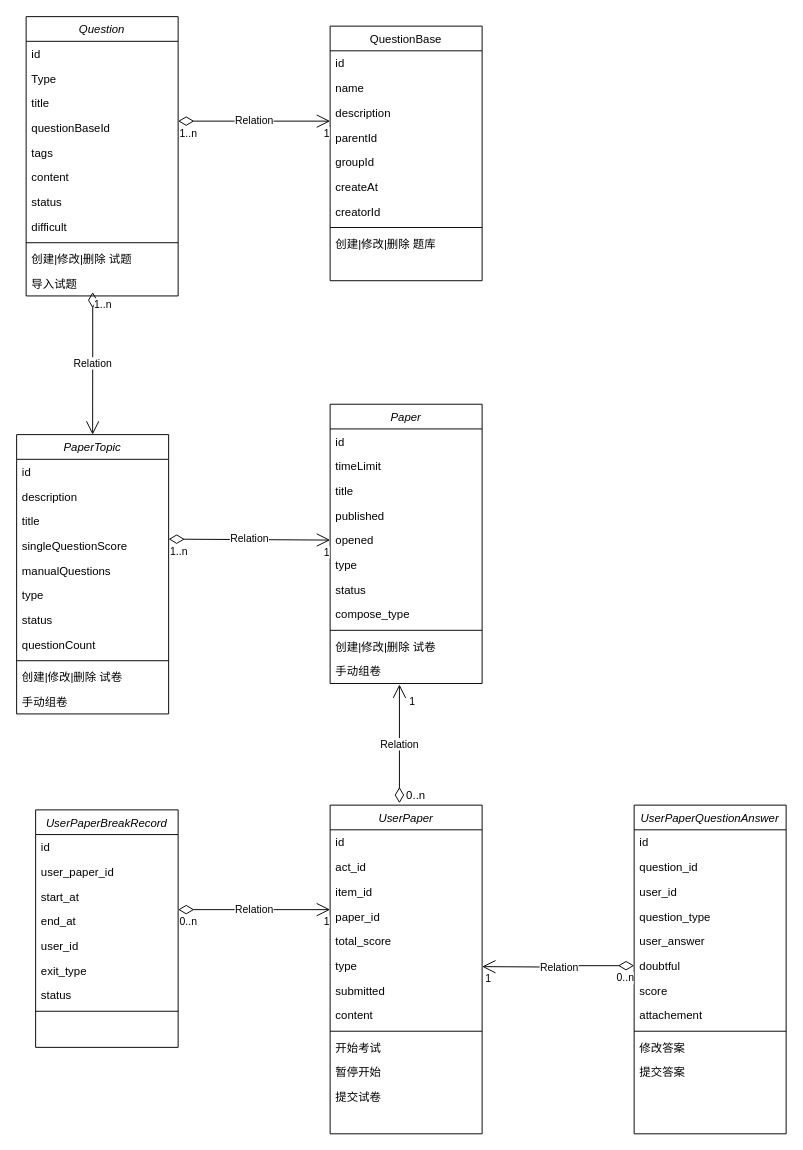
Before: 考试.drawio in zhaoShuang1/demo, a draw.io diagram. Source tidied: cells renumbered, new cells numbered last; positions are measured from the earlier drawing's top-left corner, leaving out a move shared by most shapes. Both pictures are drawn from the tidied source at 95%, with x=0, y=0 at pixel (16, 16).
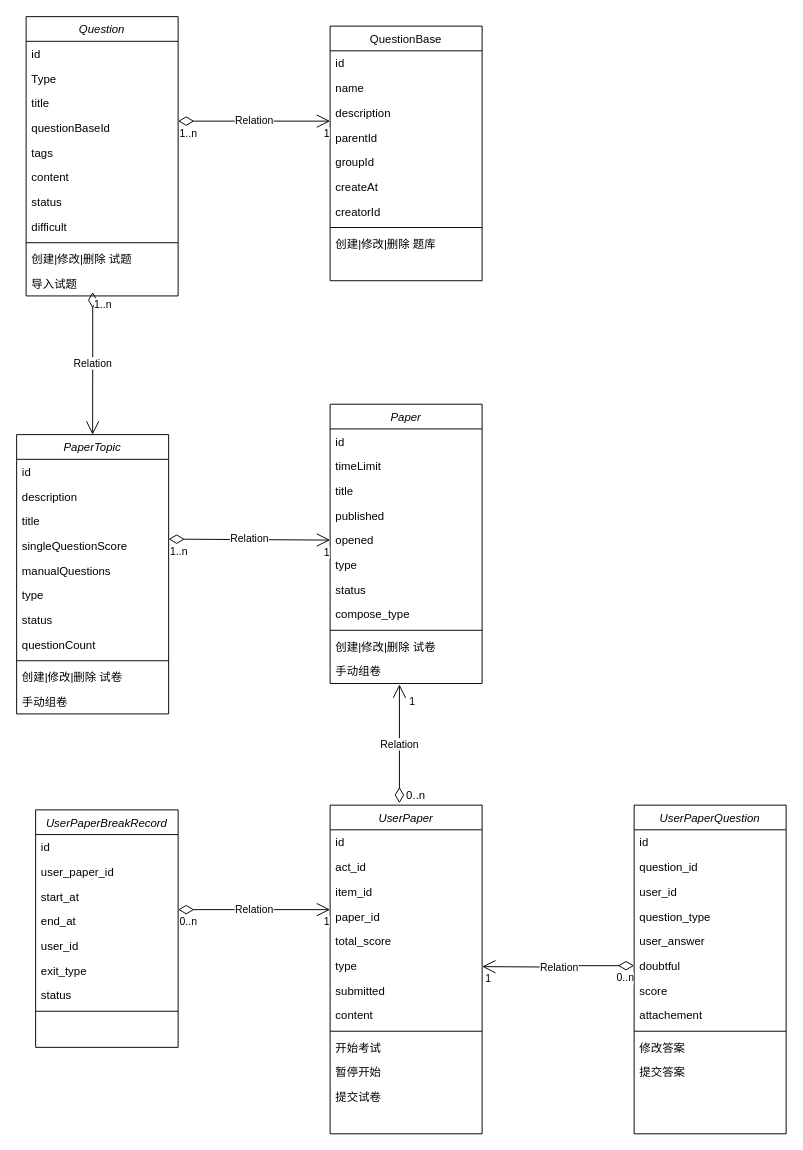
Above is the later version.

Change to the diagram source:
```diff
@@
-    <mxCell id="72" value="UserPaperQuestionAnswer" style="swimlane;fontStyle=2;align=center;verticalAlign=top;horizontal=1;startSize=26;rounded=0;shadow=0;strokeWidth=1;" parent="1" vertex="1">
+    <mxCell id="72" value="UserPaperQuestion" style="swimlane;fontStyle=2;align=center;verticalAlign=top;horizontal=1;startSize=26;rounded=0;shadow=0;strokeWidth=1;" parent="1" vertex="1">
       <mxGeometry x="650" y="830" width="160" height="346" as="geometry" />
     </mxCell>
```
